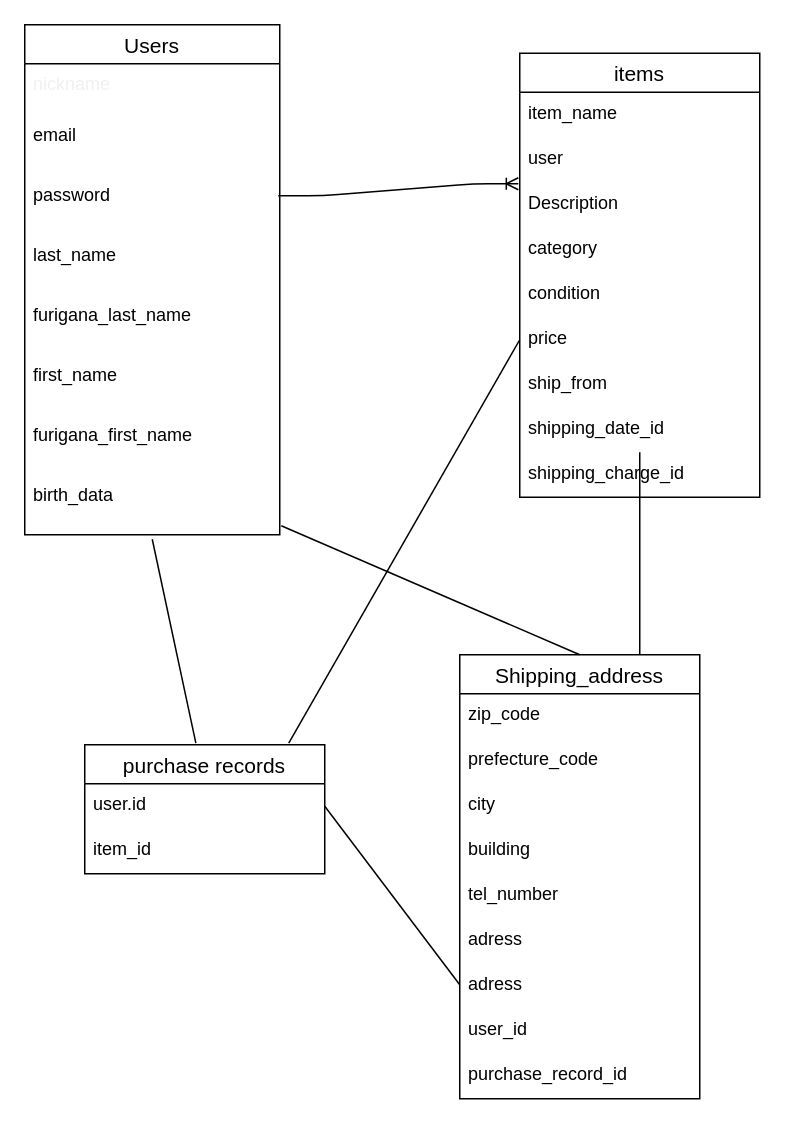
Above: ER.dio in WataruOjima/furima-32489 (draw.io), before the change. Source tidied: cells renumbered, new cells numbered last; positions are measured from the earlier drawing's top-left corner, leaving out a move shared by most shapes. Both pictures are drawn from the tidied source at 150%, with x=0, y=0 at pixel (24, 24).
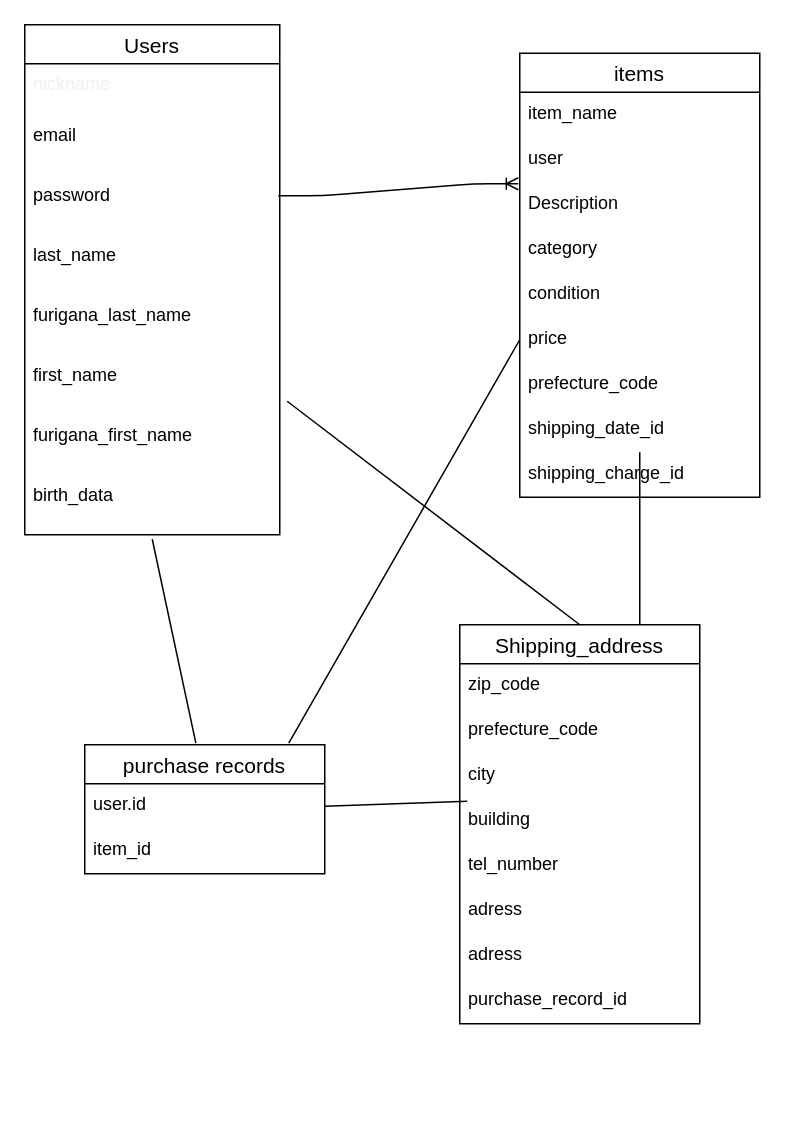
Above is the later version.

Commit message (it also covers changes not shown here):
ER図、READMEの変更５

Unchanged cells that the change refers to:
```xml
<mxCell id="8" value="first_name" style="text;strokeColor=none;fillColor=none;spacingLeft=4;spacingRight=4;overflow=hidden;points=[[0,0.5],[1,0.5]];portConstraint=eastwest;fontSize=12;" parent="2" vertex="1">
  <mxGeometry y="220" width="170" height="40" as="geometry" />
</mxCell>
<mxCell id="10" value="birth_data" style="text;strokeColor=none;fillColor=none;spacingLeft=4;spacingRight=4;overflow=hidden;points=[[0,0.5],[1,0.5]];portConstraint=eastwest;fontSize=12;" parent="2" vertex="1">
  <mxGeometry y="300" width="170" height="40" as="geometry" />
</mxCell>
<mxCell id="11" value="items" style="swimlane;fontStyle=0;horizontal=1;startSize=26;align=center;fontSize=14;shadow=0;" parent="1" vertex="1">
  <mxGeometry x="330" y="19" width="160" height="296" as="geometry" />
</mxCell>
<mxCell id="22" value="user.id" style="text;strokeColor=none;fillColor=none;spacingLeft=4;spacingRight=4;overflow=hidden;points=[[0,0.5],[1,0.5]];portConstraint=eastwest;fontSize=12;" parent="21" vertex="1">
  <mxGeometry y="26" width="160" height="30" as="geometry" />
</mxCell>
<mxCell id="28" value="building" style="text;strokeColor=none;fillColor=none;spacingLeft=4;spacingRight=4;overflow=hidden;points=[[0,0.5],[1,0.5]];portConstraint=eastwest;fontSize=12;" parent="24" vertex="1">
  <mxGeometry y="116" width="160" height="30" as="geometry" />
</mxCell>
```

Change to the diagram source:
```diff
@@
-    <mxCell id="18" value="ship_from" style="text;strokeColor=none;fillColor=none;spacingLeft=4;spacingRight=4;overflow=hidden;fontSize=12;" parent="11" vertex="1">
+    <mxCell id="18" value="prefecture_code" style="text;strokeColor=none;fillColor=none;spacingLeft=4;spacingRight=4;overflow=hidden;fontSize=12;" parent="11" vertex="1">
       <mxGeometry y="206" width="160" height="30" as="geometry" />
     </mxCell>
@@
     <mxCell id="24" value="Shipping_address" style="swimlane;fontStyle=0;horizontal=1;startSize=26;align=center;fontSize=14;shadow=0;" parent="1" vertex="1">
-      <mxGeometry x="290" y="420" width="160" height="296" as="geometry" />
+      <mxGeometry x="290" y="400" width="160" height="266" as="geometry" />
     </mxCell>
@@
-    <mxCell id="32" value="user_id" style="text;strokeColor=none;fillColor=none;spacingLeft=4;spacingRight=4;overflow=hidden;fontSize=12;" parent="24" vertex="1">
-      <mxGeometry y="236" width="160" height="30" as="geometry" />
-    </mxCell>
     <mxCell id="33" value="purchase_record_id" style="text;strokeColor=none;fillColor=none;spacingLeft=4;spacingRight=4;overflow=hidden;fontSize=12;" parent="24" vertex="1">
-      <mxGeometry y="266" width="160" height="30" as="geometry" />
+      <mxGeometry y="236" width="160" height="30" as="geometry" />
     </mxCell>
@@
-    <mxCell id="36" style="endArrow=none;html=1;rounded=0;fontColor=#F0F0F0;exitX=1;exitY=0.5;exitDx=0;exitDy=0;" parent="1" edge="1" source="22">
-      <mxGeometry relative="1" as="geometry">
-        <mxPoint x="290" y="640" as="targetPoint" />
-      </mxGeometry>
+    <mxCell id="36" style="endArrow=none;html=1;rounded=0;fontColor=#F0F0F0;exitX=1;exitY=0.5;exitDx=0;exitDy=0;entryX=0.031;entryY=0.056;entryDx=0;entryDy=0;entryPerimeter=0;" parent="1" edge="1" source="22" target="28">
+      <mxGeometry relative="1" as="geometry" />
     </mxCell>
-    <mxCell id="37" style="endArrow=none;html=1;rounded=0;fontColor=#F0F0F0;entryX=0.5;entryY=0;entryDx=0;entryDy=0;exitX=1.006;exitY=0.85;exitDx=0;exitDy=0;exitPerimeter=0;" parent="1" edge="1" source="10" target="24">
+    <mxCell id="37" style="endArrow=none;html=1;rounded=0;fontColor=#F0F0F0;entryX=0.5;entryY=0;entryDx=0;entryDy=0;exitX=1.029;exitY=0.775;exitDx=0;exitDy=0;exitPerimeter=0;" parent="1" edge="1" source="8" target="24">
       <mxGeometry relative="1" as="geometry" />
     </mxCell>
```
